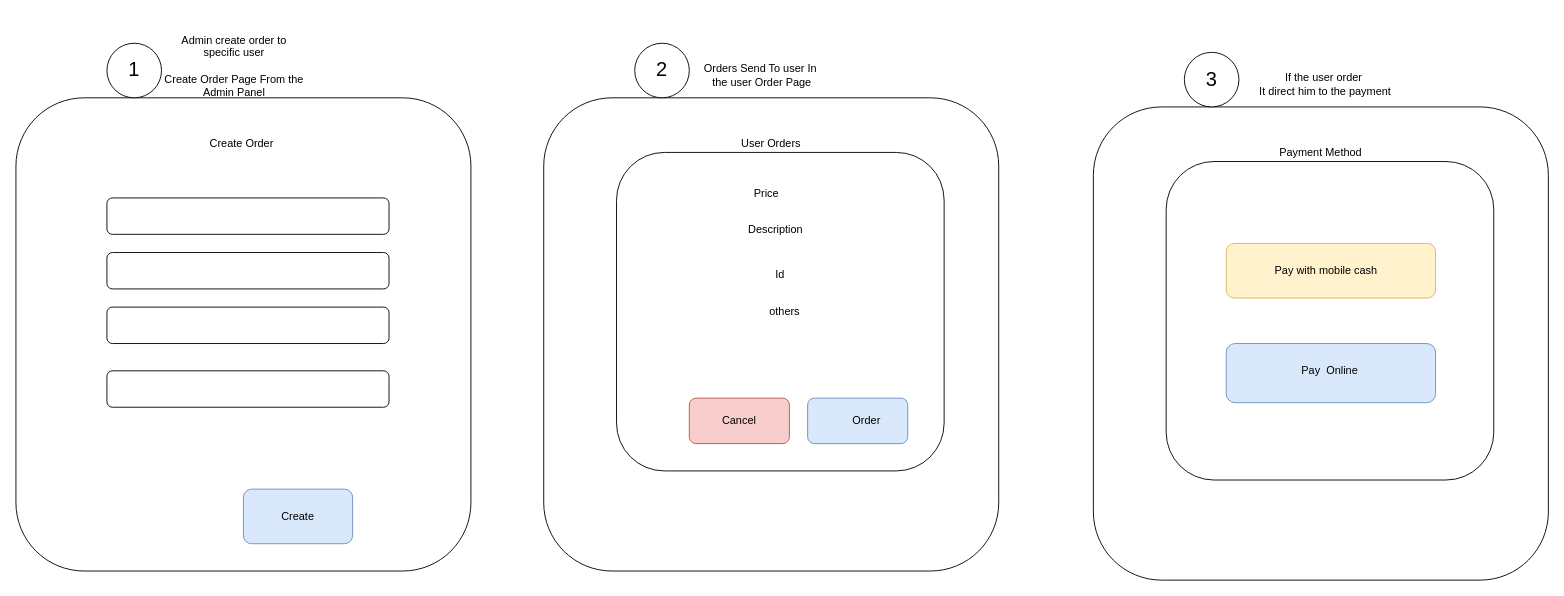
Earlier version of the draw.io diagram Untitled Diagram.drawio (Authentic48/influencers). Source tidied: cells renumbered, new cells numbered last; positions are measured from the earlier drawing's top-left corner, leaving out a move shared by most shapes. Both pictures are drawn from the tidied source at 91%, with x=0, y=0 at pixel (15, 15).
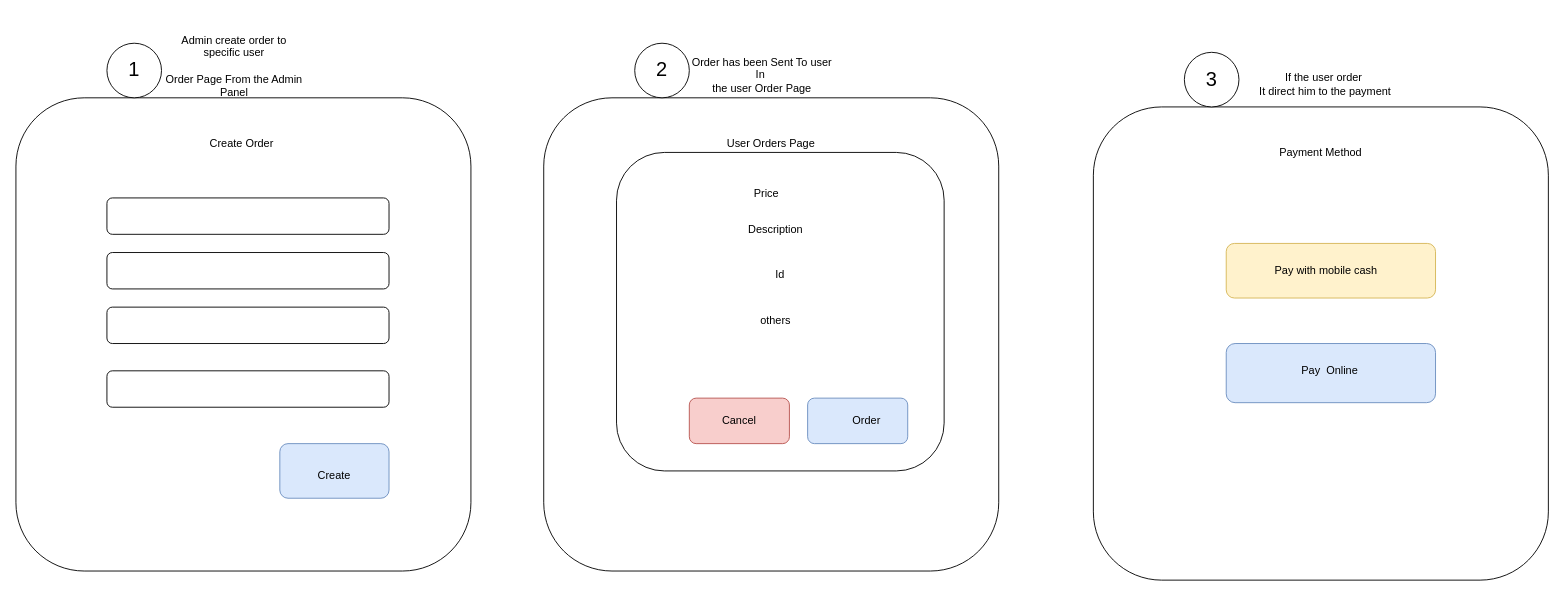
The same page after the edit.

The edit, as a diff of the source:
```diff
@@
-    <mxCell id="2" value="Admin create order to specific user&lt;br&gt;&lt;br&gt;Create Order Page From the Admin Panel" style="text;html=1;strokeColor=none;fillColor=none;align=center;verticalAlign=middle;whiteSpace=wrap;rounded=0;" parent="1" vertex="1">
+    <mxCell id="2" value="Admin create order to specific user&lt;br&gt;&lt;br&gt;Order Page From the Admin Panel" style="text;html=1;strokeColor=none;fillColor=none;align=center;verticalAlign=middle;whiteSpace=wrap;rounded=0;" parent="1" vertex="1">
       <mxGeometry x="160" width="160" height="110" as="geometry" />
     </mxCell>
@@
     <mxCell id="9" style="rounded=1;whiteSpace=wrap;html=1;fillColor=#dae8fc;strokeColor=#6c8ebf;" parent="1" vertex="1">
-      <mxGeometry x="250" y="520" width="120" height="60" as="geometry" />
+      <mxGeometry x="290" y="470" width="120" height="60" as="geometry" />
     </mxCell>
     <mxCell id="10" value="Create" style="text;html=1;strokeColor=none;fillColor=none;align=center;verticalAlign=middle;whiteSpace=wrap;rounded=0;" parent="1" vertex="1">
-      <mxGeometry x="275" y="535" width="70" height="30" as="geometry" />
+      <mxGeometry x="315" y="490" width="70" height="30" as="geometry" />
     </mxCell>
@@
-    <mxCell id="13" value="Orders Send To user In&amp;nbsp;&lt;br&gt;the user Order Page" style="text;html=1;strokeColor=none;fillColor=none;align=center;verticalAlign=middle;whiteSpace=wrap;rounded=0;" parent="1" vertex="1">
+    <mxCell id="13" value="Order has been Sent To user In&amp;nbsp;&lt;br&gt;the user Order Page" style="text;html=1;strokeColor=none;fillColor=none;align=center;verticalAlign=middle;whiteSpace=wrap;rounded=0;" parent="1" vertex="1">
       <mxGeometry x="740" y="10" width="160" height="110" as="geometry" />
     </mxCell>
@@
-    <mxCell id="15" value="User Orders" style="text;html=1;strokeColor=none;fillColor=none;align=center;verticalAlign=middle;whiteSpace=wrap;rounded=0;" parent="1" vertex="1">
+    <mxCell id="15" value="User Orders Page" style="text;html=1;strokeColor=none;fillColor=none;align=center;verticalAlign=middle;whiteSpace=wrap;rounded=0;" parent="1" vertex="1">
       <mxGeometry x="740" y="110" width="180" height="60" as="geometry" />
     </mxCell>
@@
     <mxCell id="26" value="others" style="text;html=1;strokeColor=none;fillColor=none;align=center;verticalAlign=middle;whiteSpace=wrap;rounded=0;" parent="1" vertex="1">
-      <mxGeometry x="710" y="310" width="270" height="30" as="geometry" />
+      <mxGeometry x="700" y="320" width="270" height="30" as="geometry" />
     </mxCell>
@@
-    <mxCell id="29" style="rounded=1;whiteSpace=wrap;html=1;" parent="1" vertex="1">
-      <mxGeometry x="1264" y="160" width="360" height="350" as="geometry" />
-    </mxCell>
```
